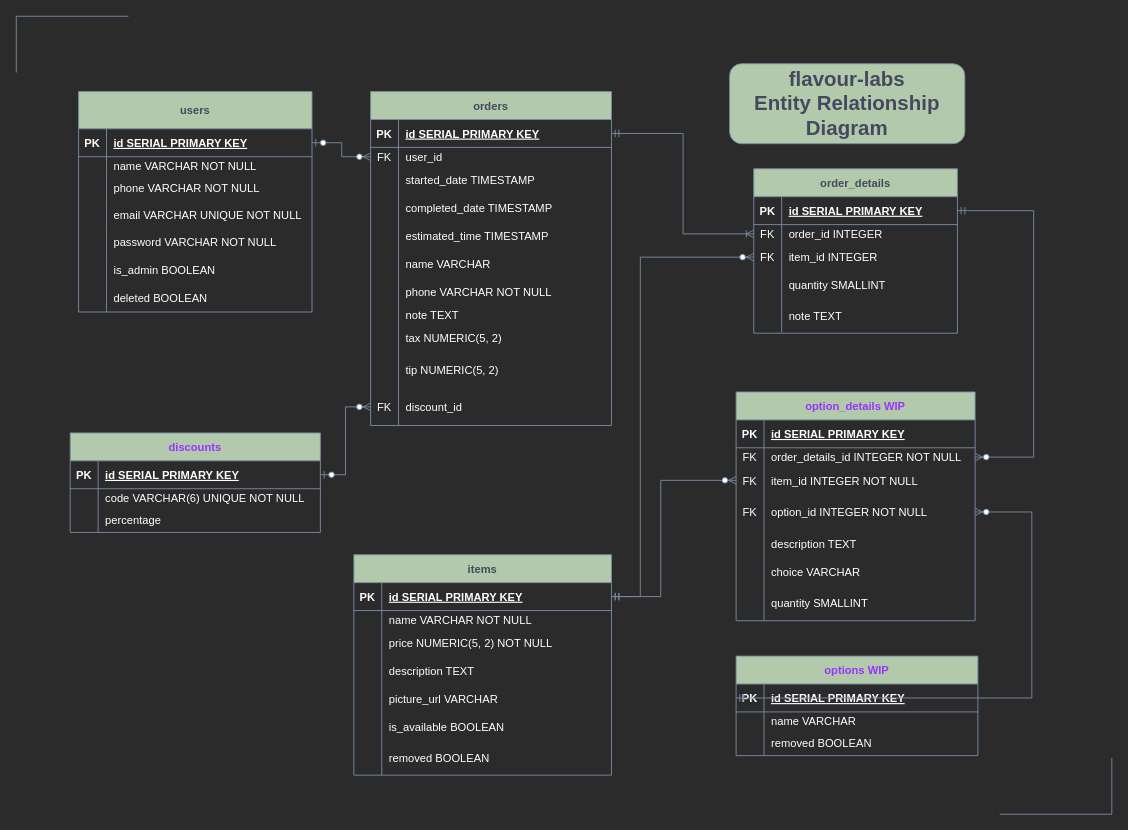
Above: flavourLabsERD.drawio in sachieko/flavour-lab (draw.io), before the change. Source tidied: cells renumbered, new cells numbered last; positions are measured from the earlier drawing's top-left corner, leaving out a move shared by most shapes. Both pictures are drawn from the tidied source at 93%, with x=0, y=0 at pixel (16, 16).
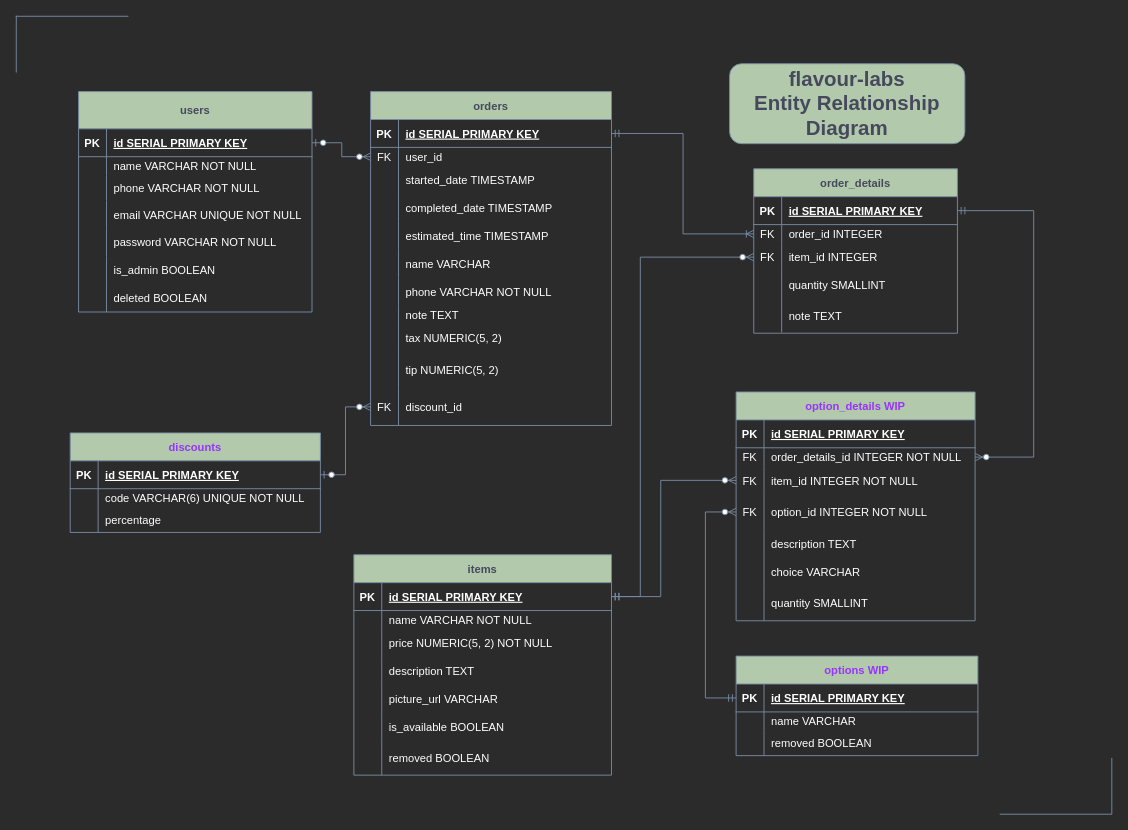
The same diagram, later.

The change refers to these unchanged cells:
```xml
<mxCell id="97" style="shape=tableRow;horizontal=0;startSize=0;swimlaneHead=0;swimlaneBody=0;fillColor=none;points=[[0,0.5],[1,0.5]];portConstraint=eastwest;top=0;left=0;right=0;bottom=1;strokeColor=#788AA3;fontColor=#46495D;" parent="96" vertex="1">
  <mxGeometry y="30" width="260" height="30" as="geometry" />
</mxCell>
<mxCell id="119" style="shape=tableRow;horizontal=0;startSize=0;swimlaneHead=0;swimlaneBody=0;fillColor=none;points=[[0,0.5],[1,0.5]];portConstraint=eastwest;top=0;left=0;right=0;bottom=0;strokeColor=#788AA3;fontColor=#46495D;" parent="109" vertex="1">
  <mxGeometry y="110" width="257" height="38" as="geometry" />
</mxCell>
```

The edit, as a diff of the source:
```diff
@@
-    <mxCell id="136" style="edgeStyle=elbowEdgeStyle;fontSize=12;html=1;endArrow=ERzeroToMany;startArrow=ERmandOne;rounded=0;labelBackgroundColor=none;strokeColor=#788AA3;strokeWidth=1;jumpSize=7;exitX=0;exitY=0.5;exitDx=0;exitDy=0;entryX=1;entryY=0.5;entryDx=0;entryDy=0;" parent="1" edge="1" source="97" target="119">
+    <mxCell id="136" style="edgeStyle=elbowEdgeStyle;fontSize=12;html=1;endArrow=ERzeroToMany;startArrow=ERmandOne;rounded=0;labelBackgroundColor=none;strokeColor=#788AA3;strokeWidth=1;jumpSize=7;exitX=0;exitY=0.5;exitDx=0;exitDy=0;entryX=0;entryY=0.5;entryDx=0;entryDy=0;" parent="1" edge="1" source="97" target="119">
       <mxGeometry relative="1" as="geometry">
         <Array as="points">
-          <mxPoint x="1092" y="648" />
+          <mxPoint x="741" y="629" />
         </Array>
       </mxGeometry>
     </mxCell>
```
